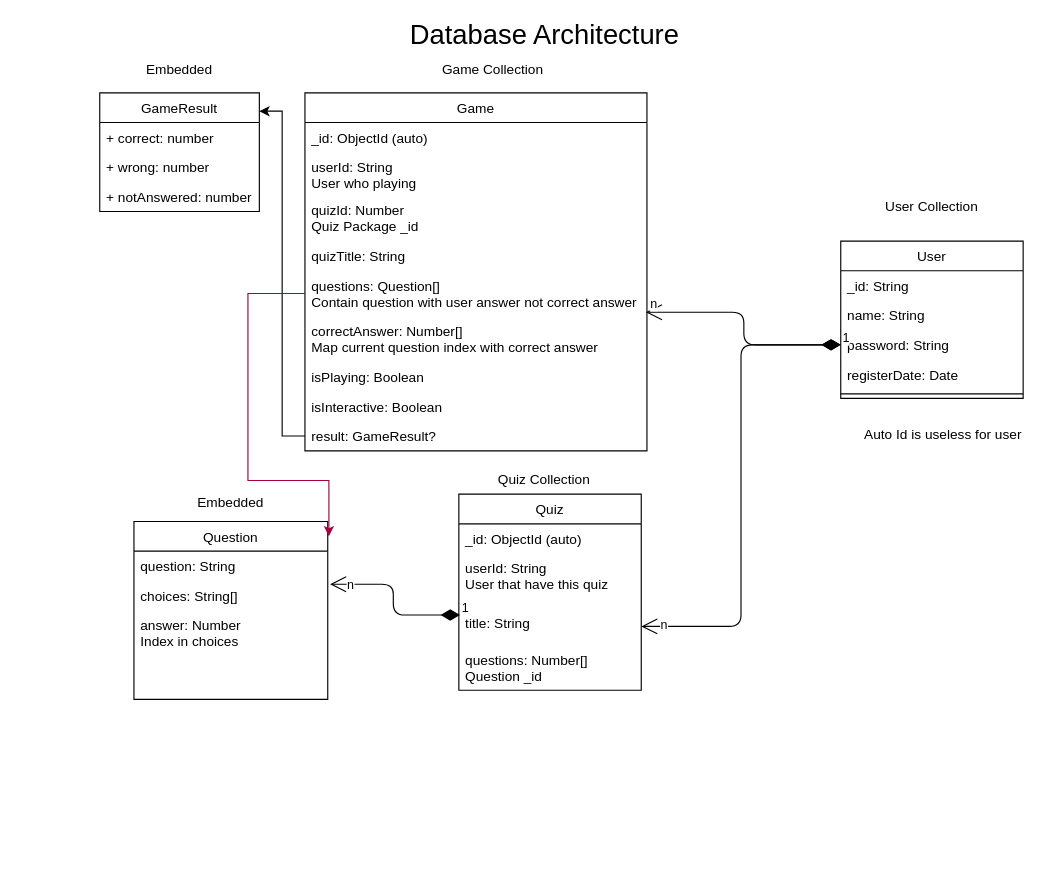
Before: page "Database Architecture" (1 of 4) of Design.drawio in levirs565/quizx, a draw.io diagram. Source tidied: cells renumbered, new cells numbered last; positions are measured from the earlier drawing's top-left corner, leaving out a move shared by most shapes. Both pictures are drawn from the tidied source at 114%, with x=0, y=0 at pixel (99, 24).
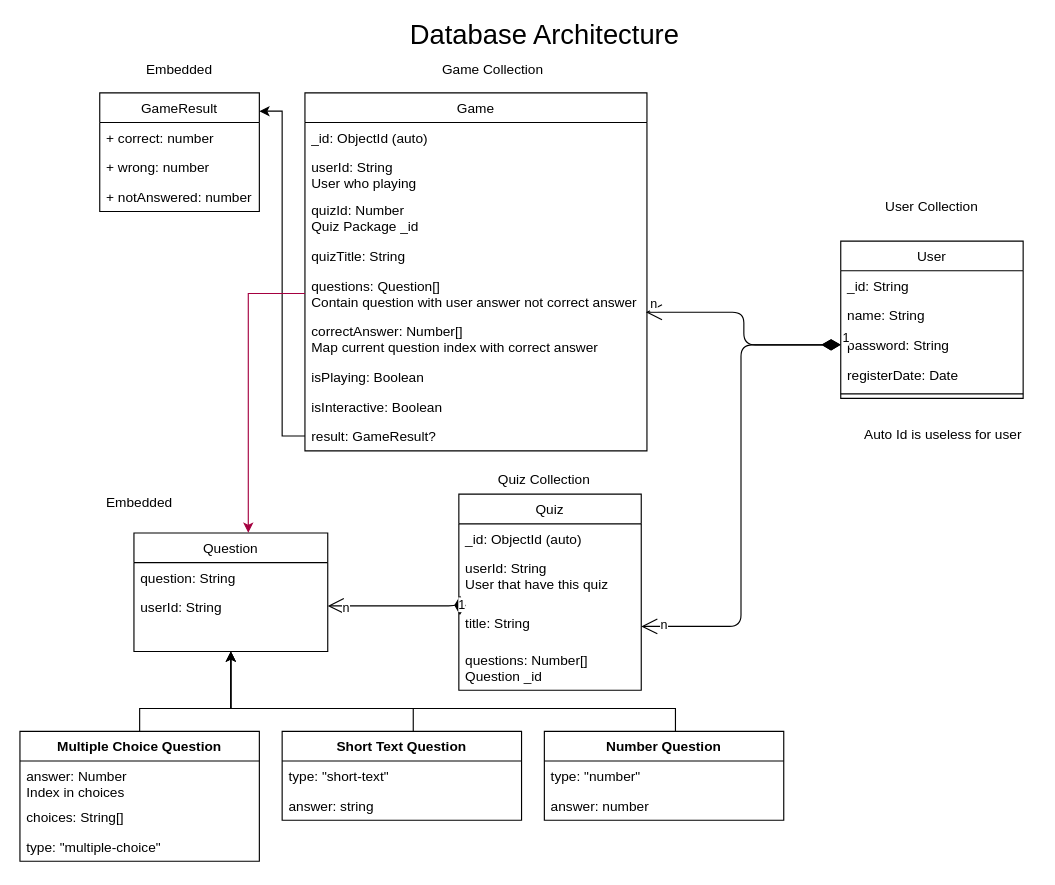
The same diagram, later.

Unchanged cells that the change refers to:
```xml
<mxCell id="9" value="title: String" style="text;align=left;verticalAlign=top;spacingLeft=4;spacingRight=4;overflow=hidden;points=[[0,0.5],[1,0.5]];portConstraint=eastwest;" parent="6" vertex="1">
  <mxGeometry y="100" width="160" height="32" as="geometry" />
</mxCell>
<mxCell id="16" value="questions: Question[]&#10;Contain question with user answer not correct answer" style="text;strokeColor=none;fillColor=none;align=left;verticalAlign=top;spacingLeft=4;spacingRight=4;overflow=hidden;points=[[0,0.5],[1,0.5]];portConstraint=eastwest;" parent="11" vertex="1">
  <mxGeometry y="156" width="300" height="40" as="geometry" />
</mxCell>
```

Diff of the diagram source:
```diff
@@
     <mxCell id="2" value="Question" style="swimlane;fontStyle=0;align=center;verticalAlign=top;horizontal=1;startSize=26;rounded=0;shadow=0;strokeWidth=1;" parent="1" vertex="1">
-      <mxGeometry x="30" y="436" width="170" height="156" as="geometry" />
+      <mxGeometry x="30" y="446" width="170" height="104" as="geometry" />
     </mxCell>
@@
-    <mxCell id="4" value="choices: String[]" style="text;align=left;verticalAlign=top;spacingLeft=4;spacingRight=4;overflow=hidden;points=[[0,0.5],[1,0.5]];portConstraint=eastwest;rounded=0;shadow=0;html=0;" parent="2" vertex="1">
-      <mxGeometry y="52" width="170" height="26" as="geometry" />
-    </mxCell>
-    <mxCell id="5" value="answer: Number&#10;Index in choices" style="text;align=left;verticalAlign=top;spacingLeft=4;spacingRight=4;overflow=hidden;rounded=0;shadow=0;html=0;" parent="2" vertex="1">
-      <mxGeometry y="78" width="170" height="36" as="geometry" />
-    </mxCell>
+    <mxCell id="46" value="userId: String" style="text;strokeColor=none;fillColor=none;align=left;verticalAlign=top;spacingLeft=4;spacingRight=4;overflow=hidden;" parent="2" vertex="1">
+      <mxGeometry y="52" width="170" height="26" as="geometry" />
+    </mxCell>
@@
     <mxCell id="21" value="Embedded" style="text;html=1;strokeColor=none;fillColor=none;align=center;verticalAlign=middle;whiteSpace=wrap;rounded=0;" parent="1" vertex="1">
-      <mxGeometry x="50" y="410" width="130" height="20" as="geometry" />
+      <mxGeometry x="-30" y="410" width="130" height="20" as="geometry" />
     </mxCell>
@@
-    <mxCell id="36" value="1" style="endArrow=open;html=1;endSize=12;startArrow=diamondThin;startSize=14;startFill=1;edgeStyle=orthogonalEdgeStyle;align=left;verticalAlign=bottom;exitX=0.006;exitY=0.188;exitDx=0;exitDy=0;exitPerimeter=0;entryX=1.012;entryY=0.115;entryDx=0;entryDy=0;entryPerimeter=0;" parent="1" edge="1" source="9" target="4">
-      <mxGeometry x="-1" y="3" relative="1" as="geometry" />
+    <mxCell id="36" value="1" style="endArrow=open;html=1;endSize=12;startArrow=diamondThin;startSize=14;startFill=1;edgeStyle=orthogonalEdgeStyle;align=left;verticalAlign=bottom;exitX=0.006;exitY=0.188;exitDx=0;exitDy=0;exitPerimeter=0;" parent="1" edge="1" source="9">
+      <mxGeometry x="-1" y="3" relative="1" as="geometry">
+        <mxPoint x="200" y="510" as="targetPoint" />
+        <Array as="points">
+          <mxPoint x="316" y="510" />
+        </Array>
+      </mxGeometry>
     </mxCell>
@@
-    <mxCell id="45" style="edgeStyle=orthogonalEdgeStyle;rounded=0;jettySize=auto;html=1;entryX=1.006;entryY=0.083;entryDx=0;entryDy=0;entryPerimeter=0;startArrow=none;startFill=0;fillColor=#d80073;strokeColor=#A50040;" parent="1" edge="1" source="16" target="2">
+    <mxCell id="45" style="edgeStyle=orthogonalEdgeStyle;rounded=0;jettySize=auto;html=1;entryX=0.59;entryY=-0.002;entryDx=0;entryDy=0;entryPerimeter=0;startArrow=none;startFill=0;fillColor=#d80073;strokeColor=#A50040;" parent="1" edge="1" source="16" target="2">
       <mxGeometry relative="1" as="geometry">
         <Array as="points">
           <mxPoint x="130" y="236" />
-          <mxPoint x="130" y="400" />
-          <mxPoint x="201" y="400" />
         </Array>
       </mxGeometry>
     </mxCell>
+    <mxCell id="47" style="edgeStyle=orthogonalEdgeStyle;rounded=0;jettySize=auto;html=1;entryX=0.5;entryY=1;entryDx=0;entryDy=0;" parent="1" edge="1" source="48" target="2">
+      <mxGeometry relative="1" as="geometry">
+        <Array as="points">
+          <mxPoint x="35" y="600" />
+          <mxPoint x="115" y="600" />
+        </Array>
+      </mxGeometry>
+    </mxCell>
+    <mxCell id="48" value="Multiple Choice Question" style="swimlane;fontStyle=1;align=center;verticalAlign=top;horizontal=1;startSize=26;" parent="1" vertex="1">
+      <mxGeometry x="-70" y="620" width="210" height="114" as="geometry" />
+    </mxCell>
+    <mxCell id="5" value="answer: Number&#10;Index in choices" style="text;align=left;verticalAlign=top;spacingLeft=4;spacingRight=4;overflow=hidden;rounded=0;shadow=0;html=0;" parent="48" vertex="1">
+      <mxGeometry y="26" width="210" height="36" as="geometry" />
+    </mxCell>
+    <mxCell id="4" value="choices: String[]" style="text;align=left;verticalAlign=top;spacingLeft=4;spacingRight=4;overflow=hidden;points=[[0,0.5],[1,0.5]];portConstraint=eastwest;rounded=0;shadow=0;html=0;" parent="48" vertex="1">
+      <mxGeometry y="62" width="210" height="26" as="geometry" />
+    </mxCell>
+    <mxCell id="49" value="type: &quot;multiple-choice&quot;" style="text;strokeColor=none;fillColor=none;align=left;verticalAlign=top;spacingLeft=4;spacingRight=4;overflow=hidden;" parent="48" vertex="1">
+      <mxGeometry y="88" width="210" height="26" as="geometry" />
+    </mxCell>
+    <mxCell id="50" style="edgeStyle=orthogonalEdgeStyle;rounded=0;jettySize=auto;html=1;entryX=0.5;entryY=1;entryDx=0;entryDy=0;" parent="1" edge="1" source="51" target="2">
+      <mxGeometry relative="1" as="geometry">
+        <Array as="points">
+          <mxPoint x="275" y="600" />
+          <mxPoint x="115" y="600" />
+        </Array>
+      </mxGeometry>
+    </mxCell>
+    <mxCell id="51" value="Short Text Question" style="swimlane;fontStyle=1;align=center;verticalAlign=top;horizontal=1;startSize=26;" parent="1" vertex="1">
+      <mxGeometry x="160" y="620" width="210" height="78" as="geometry" />
+    </mxCell>
+    <mxCell id="52" value="type: &quot;short-text&quot;" style="text;strokeColor=none;fillColor=none;align=left;verticalAlign=top;spacingLeft=4;spacingRight=4;overflow=hidden;" parent="51" vertex="1">
+      <mxGeometry y="26" width="210" height="26" as="geometry" />
+    </mxCell>
+    <mxCell id="53" value="answer: string" style="text;strokeColor=none;fillColor=none;align=left;verticalAlign=top;spacingLeft=4;spacingRight=4;overflow=hidden;" parent="51" vertex="1">
+      <mxGeometry y="52" width="210" height="26" as="geometry" />
+    </mxCell>
+    <mxCell id="54" style="edgeStyle=orthogonalEdgeStyle;rounded=0;jettySize=auto;html=1;entryX=0.5;entryY=1;entryDx=0;entryDy=0;" parent="1" edge="1" source="55" target="2">
+      <mxGeometry relative="1" as="geometry">
+        <Array as="points">
+          <mxPoint x="505" y="600" />
+          <mxPoint x="115" y="600" />
+        </Array>
+      </mxGeometry>
+    </mxCell>
+    <mxCell id="55" value="Number Question" style="swimlane;fontStyle=1;align=center;verticalAlign=top;horizontal=1;startSize=26;" parent="1" vertex="1">
+      <mxGeometry x="390" y="620" width="210" height="78" as="geometry" />
+    </mxCell>
+    <mxCell id="56" value="type: &quot;number&quot;" style="text;strokeColor=none;fillColor=none;align=left;verticalAlign=top;spacingLeft=4;spacingRight=4;overflow=hidden;" parent="55" vertex="1">
+      <mxGeometry y="26" width="210" height="26" as="geometry" />
+    </mxCell>
+    <mxCell id="57" value="answer: number" style="text;strokeColor=none;fillColor=none;align=left;verticalAlign=top;spacingLeft=4;spacingRight=4;overflow=hidden;" parent="55" vertex="1">
+      <mxGeometry y="52" width="210" height="26" as="geometry" />
+    </mxCell>
```
